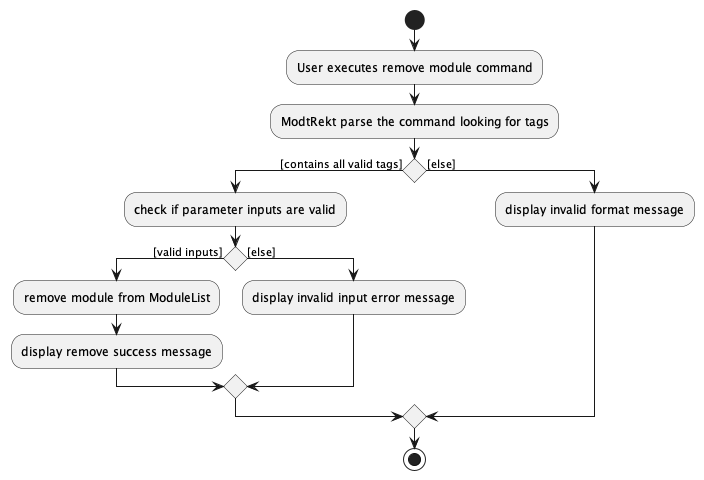
Above: docs/images/ModulePUMLs/RemoveModule/ModuleRemovePathExecution.png in nus-cs2103-AY2223S1/tp (PlantUML), before the change.
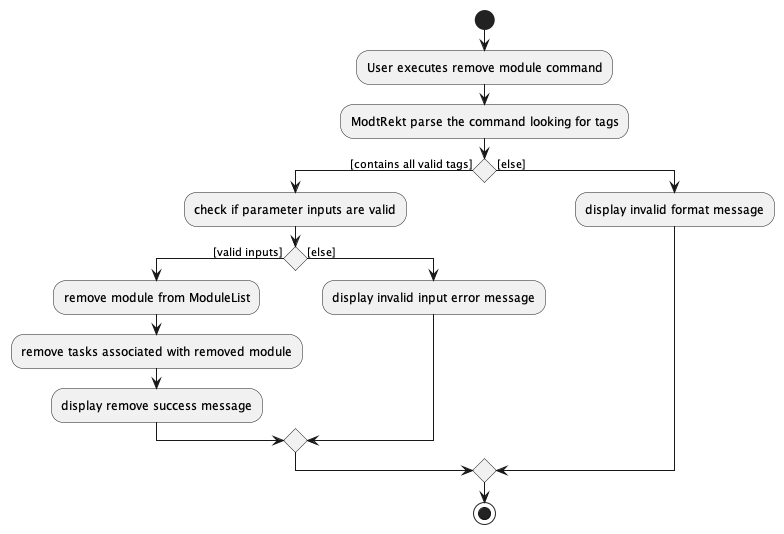
After the commit.

Diff of the diagram source:
```diff
@@ -8,6 +8,7 @@
     :check if parameter inputs are valid;
     if () then ([valid inputs])
         :remove module from ModuleList;
+        :remove tasks associated with removed module;
         :display remove success message;
     else ([else])
         :display invalid input error message;
```
